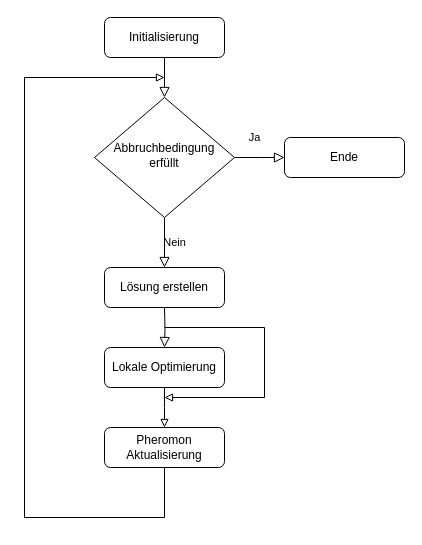
Before: Untitled Diagram.drawio in KiLanger/Beispiele, a draw.io diagram. Source tidied: cells renumbered, new cells numbered last; positions are measured from the earlier drawing's top-left corner, leaving out a move shared by most shapes. Both pictures are drawn from the tidied source at 100%, with x=0, y=0 at pixel (24, 17).
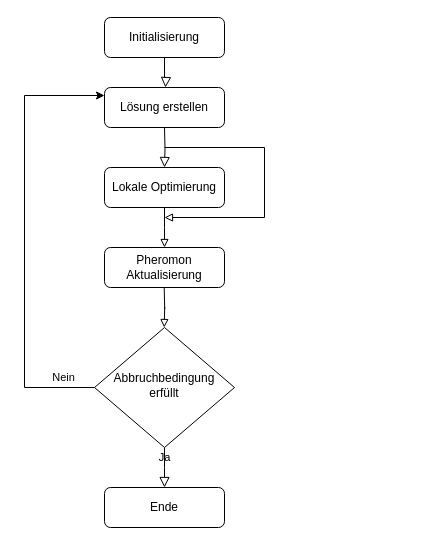
Above is the later version.

Unchanged cells that the change refers to:
```xml
<mxCell id="3" value="Initialisierung" style="rounded=1;whiteSpace=wrap;html=1;fontSize=12;glass=0;strokeWidth=1;shadow=0;" parent="1" vertex="1">
  <mxGeometry x="80" width="120" height="40" as="geometry" />
</mxCell>
```

The edit, as a diff of the source:
```diff
@@
-    <mxCell id="2" style="rounded=0;html=1;jettySize=auto;fontSize=11;endArrow=block;endFill=0;endSize=8;strokeWidth=1;shadow=0;labelBackgroundColor=none;edgeStyle=orthogonalEdgeStyle;" parent="1" edge="1" source="3" target="5">
-      <mxGeometry relative="1" as="geometry" />
+    <mxCell id="2" style="rounded=0;html=1;jettySize=auto;fontSize=11;endArrow=block;endFill=0;endSize=8;strokeWidth=1;shadow=0;labelBackgroundColor=none;edgeStyle=orthogonalEdgeStyle;" parent="1" edge="1" source="3">
+      <mxGeometry relative="1" as="geometry">
+        <mxPoint x="141" y="70" as="targetPoint" />
+      </mxGeometry>
     </mxCell>
@@
-    <mxCell id="4" value="Nein" style="edgeStyle=orthogonalEdgeStyle;rounded=0;html=1;jettySize=auto;fontSize=11;endArrow=block;endFill=0;endSize=8;strokeWidth=1;shadow=0;labelBackgroundColor=none;" parent="1" edge="1" source="5" target="6">
-      <mxGeometry y="10" relative="1" as="geometry" />
+    <mxCell id="4" value="Ja" style="edgeStyle=orthogonalEdgeStyle;rounded=0;html=1;jettySize=auto;fontSize=11;endArrow=block;endFill=0;endSize=8;strokeWidth=1;shadow=0;labelBackgroundColor=none;" parent="1" edge="1" source="5">
+      <mxGeometry y="10" relative="1" as="geometry">
+        <mxPoint x="140" y="470" as="targetPoint" />
+      </mxGeometry>
     </mxCell>
     <mxCell id="5" value="Abbruchbedingung erfüllt" style="rhombus;whiteSpace=wrap;html=1;shadow=0;fontFamily=Helvetica;fontSize=12;align=center;strokeWidth=1;spacing=6;spacingTop=-4;" parent="1" vertex="1">
-      <mxGeometry x="70" y="80" width="140" height="120" as="geometry" />
+      <mxGeometry x="70" y="310" width="140" height="120" as="geometry" />
     </mxCell>
     <mxCell id="6" value="Lösung erstellen" style="rounded=1;whiteSpace=wrap;html=1;fontSize=12;glass=0;strokeWidth=1;shadow=0;" parent="1" vertex="1">
-      <mxGeometry x="80" y="250" width="120" height="40" as="geometry" />
+      <mxGeometry x="80" y="70" width="120" height="40" as="geometry" />
     </mxCell>
     <mxCell id="7" value="Lokale Optimierung" style="rounded=1;whiteSpace=wrap;html=1;fontSize=12;glass=0;strokeWidth=1;shadow=0;" parent="1" vertex="1">
-      <mxGeometry x="80" y="330" width="120" height="40" as="geometry" />
+      <mxGeometry x="80" y="150" width="120" height="40" as="geometry" />
     </mxCell>
     <mxCell id="8" style="rounded=0;html=1;jettySize=auto;fontSize=11;endArrow=block;endFill=0;endSize=8;strokeWidth=1;shadow=0;labelBackgroundColor=none;edgeStyle=orthogonalEdgeStyle;entryX=0.5;entryY=0;entryDx=0;entryDy=0;" parent="1" edge="1" target="7">
       <mxGeometry y="21" relative="1" as="geometry">
-        <mxPoint x="140" y="290" as="sourcePoint" />
+        <mxPoint x="140" y="110" as="sourcePoint" />
       </mxGeometry>
     </mxCell>
     <mxCell id="9" style="rounded=0;html=1;jettySize=auto;fontSize=11;endArrow=block;endFill=0;endSize=8;strokeWidth=1;shadow=0;labelBackgroundColor=none;edgeStyle=orthogonalEdgeStyle;exitX=0.5;exitY=1;exitDx=0;exitDy=0;startArrow=none;" parent="1" edge="1" source="10">
       <mxGeometry y="21" relative="1" as="geometry">
-        <mxPoint x="140" y="450" as="targetPoint" />
+        <mxPoint x="140" y="270" as="targetPoint" />
       </mxGeometry>
     </mxCell>
     <mxCell id="10" value="Pheromon Aktualisierung" style="rounded=1;whiteSpace=wrap;html=1;fontSize=12;glass=0;strokeWidth=1;shadow=0;" parent="1" vertex="1">
-      <mxGeometry x="80" y="410" width="120" height="40" as="geometry" />
+      <mxGeometry x="80" y="230" width="120" height="40" as="geometry" />
     </mxCell>
     <mxCell id="11" style="rounded=0;html=1;jettySize=auto;fontSize=11;endArrow=block;endFill=0;strokeWidth=1;shadow=0;labelBackgroundColor=none;edgeStyle=orthogonalEdgeStyle;exitX=0.5;exitY=1;exitDx=0;exitDy=0;startArrow=none;startFill=0;" parent="1" edge="1" source="7">
       <mxGeometry y="21" relative="1" as="geometry">
-        <mxPoint x="140" y="410" as="targetPoint" />
+        <mxPoint x="140" y="230" as="targetPoint" />
       </mxGeometry>
     </mxCell>
-    <mxCell id="12" style="endArrow=block;html=1;rounded=0;exitX=0.5;exitY=1;exitDx=0;exitDy=0;endFill=0;" parent="1" edge="1" source="10">
-      <mxGeometry relative="1" as="geometry">
-        <mxPoint x="140" y="60" as="targetPoint" />
-        <Array as="points">
-          <mxPoint x="140" y="500" />
-          <mxPoint y="500" />
-          <mxPoint y="60" />
-        </Array>
-      </mxGeometry>
-    </mxCell>
-    <mxCell id="13" value="Ja" style="edgeStyle=orthogonalEdgeStyle;rounded=0;html=1;jettySize=auto;fontSize=11;endArrow=block;endFill=0;endSize=8;strokeWidth=1;shadow=0;labelBackgroundColor=none;exitX=1;exitY=0.5;exitDx=0;exitDy=0;" parent="1" edge="1" source="5">
-      <mxGeometry x="-0.2" y="20" relative="1" as="geometry">
-        <mxPoint x="260" y="140" as="targetPoint" />
-      </mxGeometry>
-    </mxCell>
     <mxCell id="14" value="Ende" style="rounded=1;whiteSpace=wrap;html=1;fontSize=12;glass=0;strokeWidth=1;shadow=0;" parent="1" vertex="1">
-      <mxGeometry x="260" y="120" width="120" height="40" as="geometry" />
+      <mxGeometry x="80" y="470" width="120" height="40" as="geometry" />
     </mxCell>
     <mxCell id="15" style="endArrow=block;html=1;rounded=0;endFill=0;" parent="1" edge="1">
       <mxGeometry relative="1" as="geometry">
-        <mxPoint x="140" y="310" as="sourcePoint" />
-        <mxPoint x="140" y="380" as="targetPoint" />
+        <mxPoint x="140" y="130" as="sourcePoint" />
+        <mxPoint x="140" y="200" as="targetPoint" />
         <Array as="points">
-          <mxPoint x="240" y="310" />
-          <mxPoint x="240" y="380" />
+          <mxPoint x="240" y="130" />
+          <mxPoint x="240" y="200" />
         </Array>
       </mxGeometry>
     </mxCell>
+    <mxCell id="16" style="rounded=0;html=1;jettySize=auto;orthogonalLoop=1;fontSize=11;endArrow=block;endFill=0;strokeWidth=1;shadow=0;labelBackgroundColor=none;edgeStyle=orthogonalEdgeStyle;exitX=0.5;exitY=1;exitDx=0;exitDy=0;startArrow=none;startFill=0;" parent="1" edge="1">
+      <mxGeometry y="21" relative="1" as="geometry">
+        <mxPoint x="139.7" y="270" as="sourcePoint" />
+        <mxPoint x="139.7" y="310" as="targetPoint" />
+      </mxGeometry>
+    </mxCell>
+    <mxCell id="17" value="Nein" style="endArrow=classic;html=1;rounded=0;entryX=0;entryY=0.25;entryDx=0;entryDy=0;" parent="1" edge="1">
+      <mxGeometry x="-0.86" y="-10" relative="1" as="geometry">
+        <mxPoint x="70" y="370" as="sourcePoint" />
+        <mxPoint x="80" y="78" as="targetPoint" />
+        <Array as="points">
+          <mxPoint y="370" />
+          <mxPoint y="78" />
+        </Array>
+      </mxGeometry>
+    </mxCell>
```
